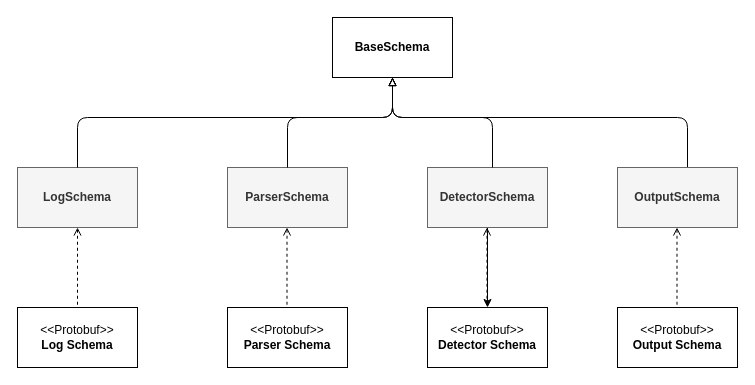
The draw.io diagram page "schema_uml" (1 of 3) of development/diagrams.drawio in ait-detectmate/DetectMateLibrary, before the edit. Source tidied: cells renumbered, new cells numbered last; positions are measured from the earlier drawing's top-left corner, leaving out a move shared by most shapes. Both pictures are drawn from the tidied source at 100%, with x=0, y=0 at pixel (17, 17).
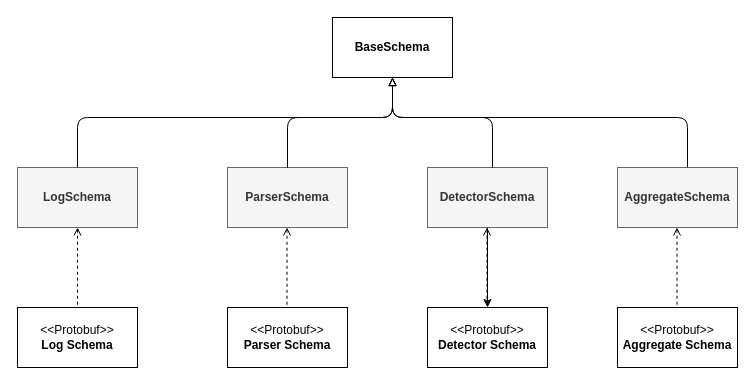
The same diagram, later.

What changed in the source:
```diff
@@
-    <mxCell id="15" value="&lt;b&gt;OutputSchema&lt;/b&gt;" style="rounded=0;whiteSpace=wrap;html=1;fillColor=#f5f5f5;fontColor=#333333;strokeColor=#666666;" parent="1" vertex="1">
+    <mxCell id="15" value="&lt;b&gt;AggregateSchema&lt;/b&gt;" style="rounded=0;whiteSpace=wrap;html=1;fillColor=#f5f5f5;fontColor=#333333;strokeColor=#666666;" parent="1" vertex="1">
       <mxGeometry x="600" y="150" width="120" height="60" as="geometry" />
     </mxCell>
-    <mxCell id="16" value="&amp;lt;&amp;lt;Protobuf&amp;gt;&amp;gt;&lt;div&gt;&lt;b&gt;Output Schema&lt;/b&gt;&lt;/div&gt;" style="rounded=0;whiteSpace=wrap;html=1;" parent="1" vertex="1">
+    <mxCell id="16" value="&amp;lt;&amp;lt;Protobuf&amp;gt;&amp;gt;&lt;div&gt;&lt;b&gt;Aggregate Schema&lt;/b&gt;&lt;/div&gt;" style="rounded=0;whiteSpace=wrap;html=1;" parent="1" vertex="1">
       <mxGeometry x="600" y="290" width="120" height="60" as="geometry" />
     </mxCell>
```
